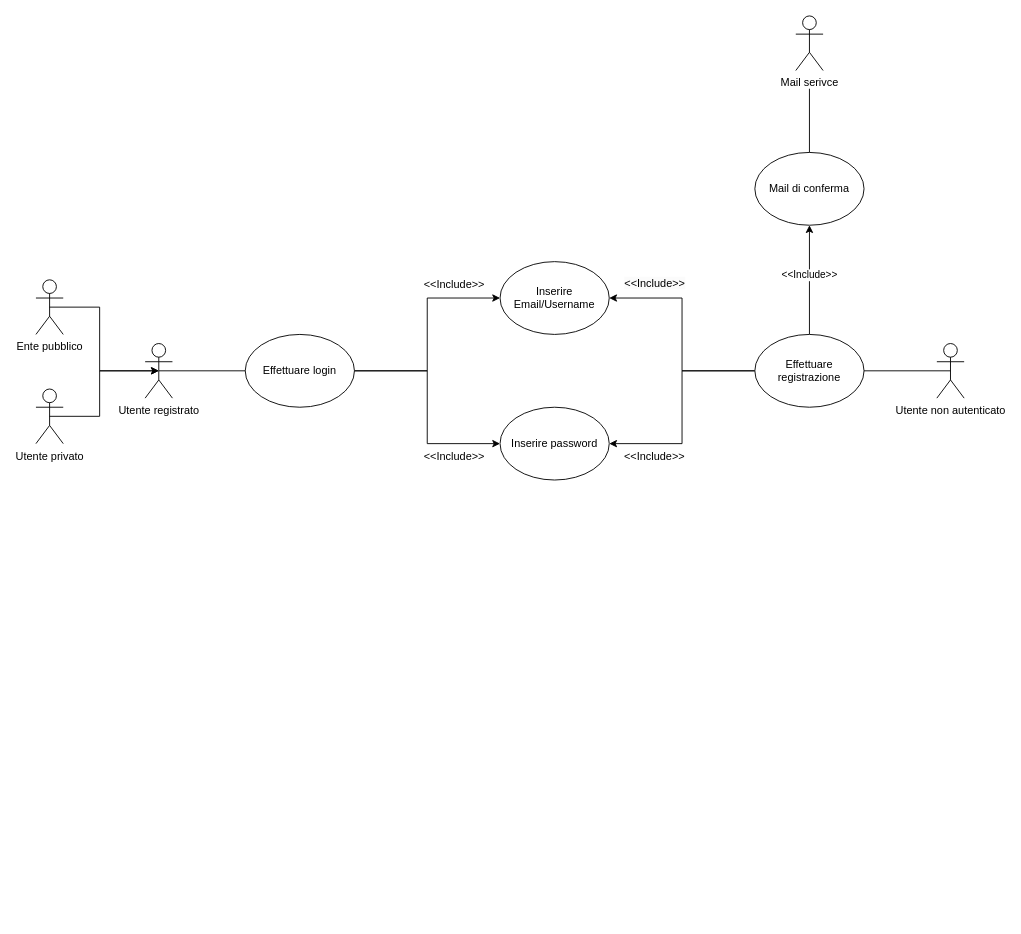
Earlier version of the draw.io diagram page "Login" (1 of 2) of NuovoUserCase.drawio (LucaBarbolini/Prova1). Source tidied: cells renumbered, new cells numbered last; positions are measured from the earlier drawing's top-left corner, leaving out a move shared by most shapes. Both pictures are drawn from the tidied source at 91%, with x=0, y=0 at pixel (35, 15).
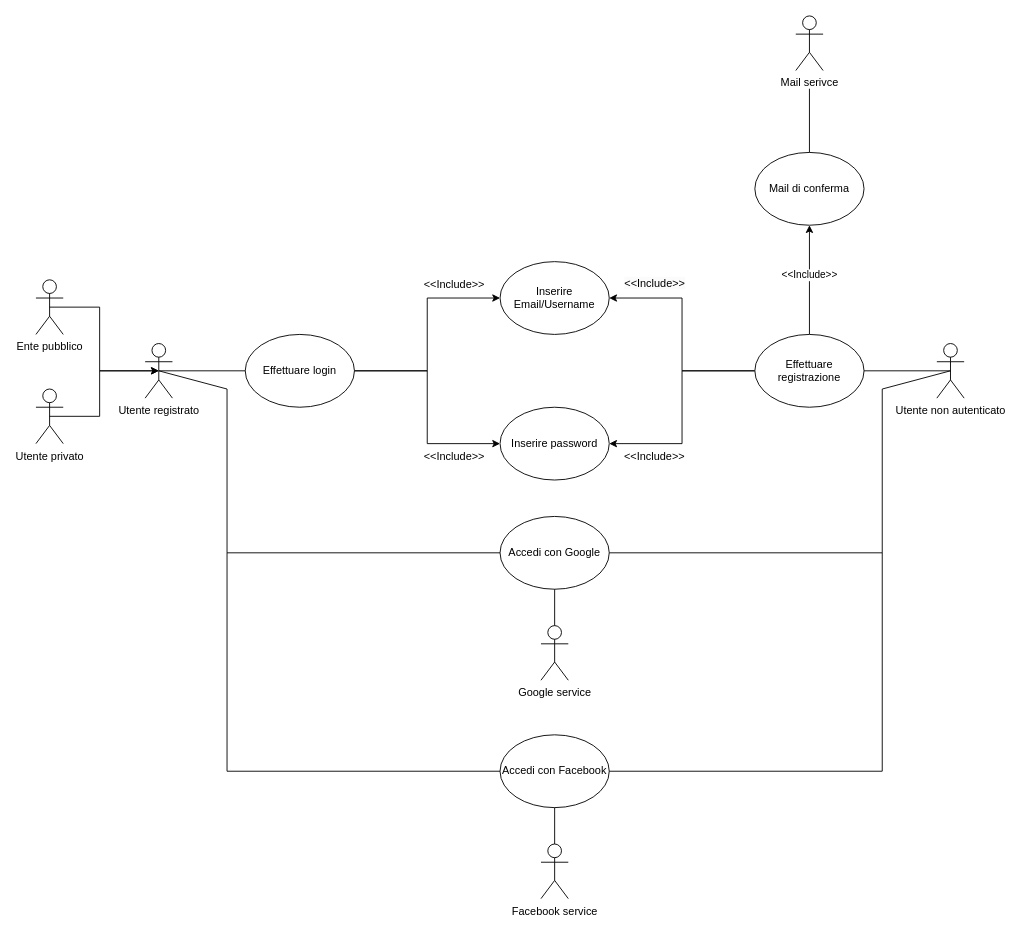
After the change.

The change refers to these unchanged cells:
```xml
<mxCell id="3" value="Utente registrato" style="shape=umlActor;verticalLabelPosition=bottom;verticalAlign=top;html=1;outlineConnect=0;" parent="1" vertex="1">
  <mxGeometry x="120" y="360" width="30" height="60" as="geometry" />
</mxCell>
<mxCell id="16" value="Utente non autenticato" style="shape=umlActor;verticalLabelPosition=bottom;verticalAlign=top;html=1;outlineConnect=0;" parent="1" vertex="1">
  <mxGeometry x="990" y="360" width="30" height="60" as="geometry" />
</mxCell>
```

Change to the diagram source:
```diff
@@
+    <mxCell id="28" value="Accedi con Google" style="ellipse;whiteSpace=wrap;html=1;" parent="1" vertex="1">
+      <mxGeometry x="510" y="550" width="120" height="80" as="geometry" />
+    </mxCell>
+    <mxCell id="29" value="Accedi con Facebook" style="ellipse;whiteSpace=wrap;html=1;" parent="1" vertex="1">
+      <mxGeometry x="510" y="790" width="120" height="80" as="geometry" />
+    </mxCell>
+    <mxCell id="30" style="endArrow=none;html=1;rounded=0;entryX=0.5;entryY=0.5;entryDx=0;entryDy=0;exitX=1;exitY=0.5;exitDx=0;exitDy=0;entryPerimeter=0;" parent="1" edge="1" source="28" target="16">
+      <mxGeometry relative="1" as="geometry">
+        <Array as="points">
+          <mxPoint x="930" y="590" />
+          <mxPoint x="930" y="410" />
+        </Array>
+      </mxGeometry>
+    </mxCell>
+    <mxCell id="31" style="endArrow=none;html=1;rounded=0;entryX=0.5;entryY=0.5;entryDx=0;entryDy=0;entryPerimeter=0;exitX=0;exitY=0.5;exitDx=0;exitDy=0;" parent="1" edge="1" source="28" target="3">
+      <mxGeometry relative="1" as="geometry">
+        <Array as="points">
+          <mxPoint x="210" y="590" />
+          <mxPoint x="210" y="410" />
+        </Array>
+      </mxGeometry>
+    </mxCell>
+    <mxCell id="32" style="endArrow=none;html=1;rounded=0;exitX=1;exitY=0.5;exitDx=0;exitDy=0;" parent="1" edge="1" source="29">
+      <mxGeometry relative="1" as="geometry">
+        <mxPoint x="930" y="590" as="targetPoint" />
+        <Array as="points">
+          <mxPoint x="930" y="830" />
+          <mxPoint x="930" y="710" />
+        </Array>
+      </mxGeometry>
+    </mxCell>
+    <mxCell id="33" style="endArrow=none;html=1;rounded=0;entryX=0;entryY=0.5;entryDx=0;entryDy=0;" parent="1" edge="1" target="29">
+      <mxGeometry relative="1" as="geometry">
+        <mxPoint x="210" y="590" as="sourcePoint" />
+        <Array as="points">
+          <mxPoint x="210" y="710" />
+          <mxPoint x="210" y="830" />
+        </Array>
+      </mxGeometry>
+    </mxCell>
+    <mxCell id="34" value="Google service" style="shape=umlActor;verticalLabelPosition=bottom;verticalAlign=top;html=1;outlineConnect=0;" parent="1" vertex="1">
+      <mxGeometry x="555" y="670" width="30" height="60" as="geometry" />
+    </mxCell>
+    <mxCell id="35" style="endArrow=none;html=1;rounded=0;entryX=0.5;entryY=1;entryDx=0;entryDy=0;exitX=0.5;exitY=0;exitDx=0;exitDy=0;exitPerimeter=0;" parent="1" edge="1" source="34" target="28">
+      <mxGeometry relative="1" as="geometry" />
+    </mxCell>
+    <mxCell id="36" value="Facebook service" style="shape=umlActor;verticalLabelPosition=bottom;verticalAlign=top;html=1;outlineConnect=0;" parent="1" vertex="1">
+      <mxGeometry x="555" y="910" width="30" height="60" as="geometry" />
+    </mxCell>
+    <mxCell id="37" style="endArrow=none;html=1;rounded=0;entryX=0.5;entryY=1;entryDx=0;entryDy=0;exitX=0.5;exitY=0;exitDx=0;exitDy=0;exitPerimeter=0;" parent="1" edge="1" source="36" target="29">
+      <mxGeometry relative="1" as="geometry" />
+    </mxCell>
```
